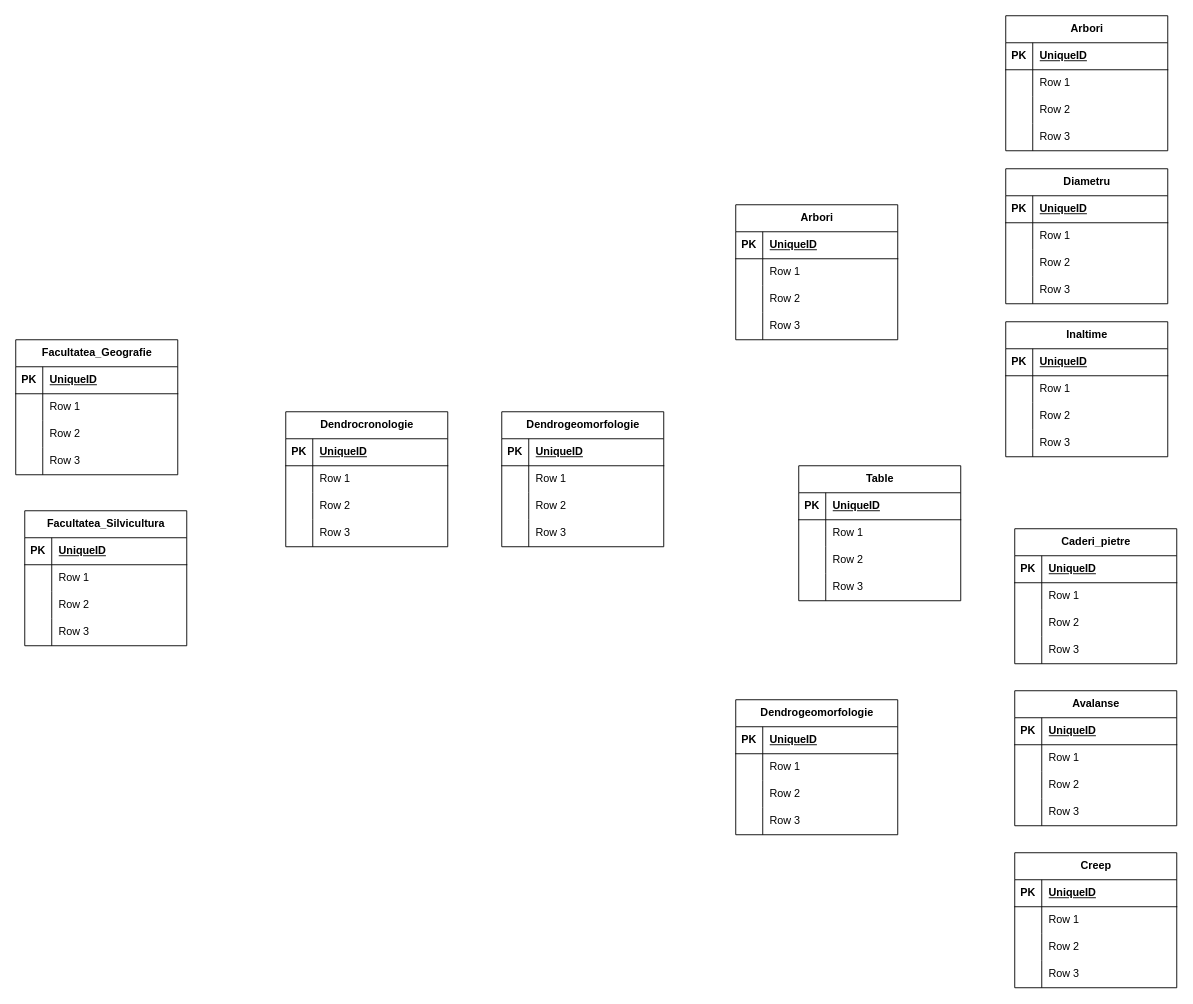
cristian19122001/examen_sem_1_db keeps this draw.io diagram as model_conceptual.drawio. Above is the earlier version. Source tidied: cells renumbered, new cells numbered last; positions are measured from the earlier drawing's top-left corner, leaving out a move shared by most shapes. Both pictures are drawn from the tidied source at 90%, with x=0, y=0 at pixel (15, 15).
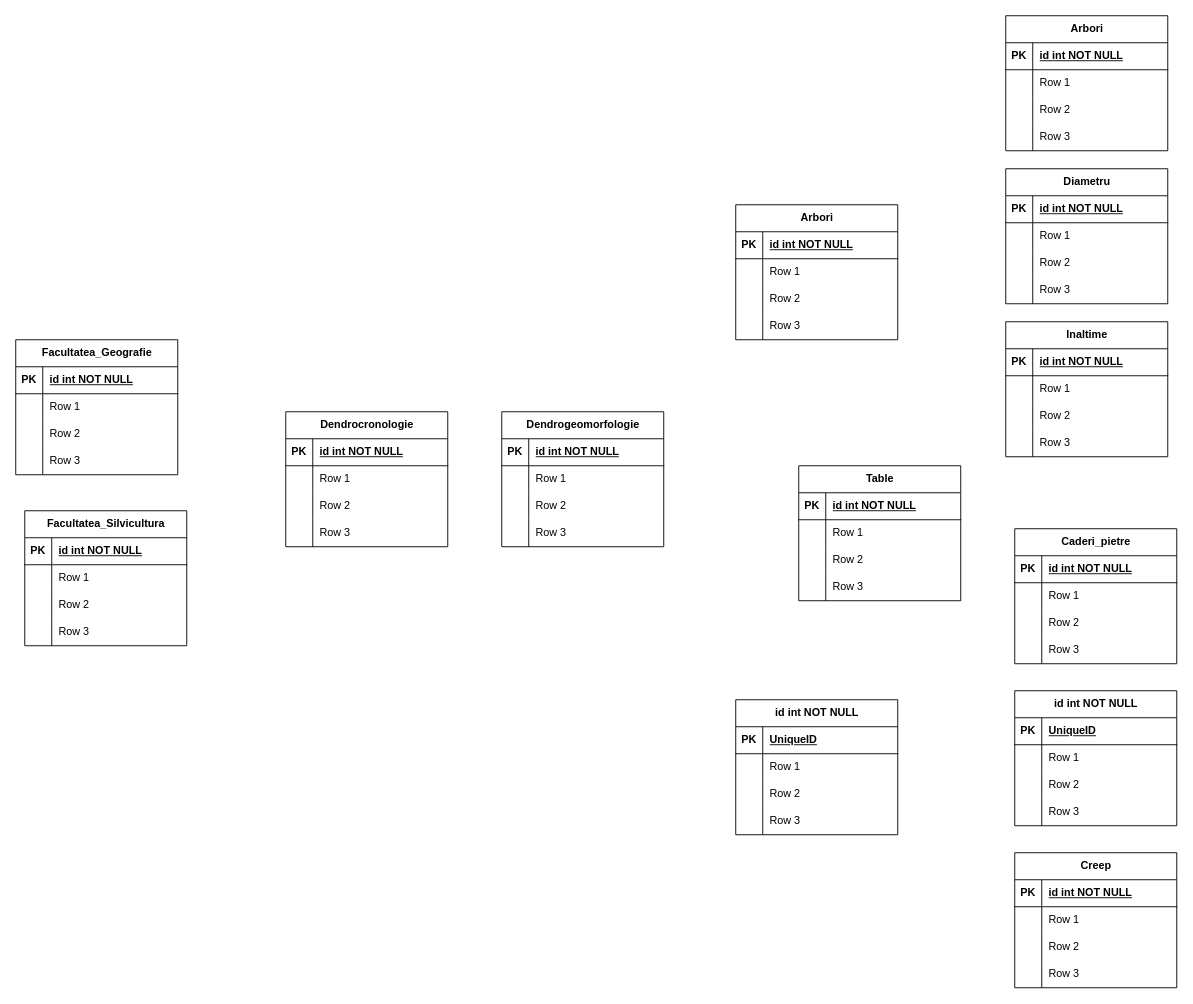
Above is the later version.

Unchanged cells that the change refers to:
```xml
<mxCell id="3" style="shape=tableRow;horizontal=0;startSize=0;swimlaneHead=0;swimlaneBody=0;fillColor=none;top=0;left=0;right=0;bottom=1;" parent="2" vertex="1">
  <mxGeometry y="30" width="180" height="30" as="geometry" />
</mxCell>
<mxCell id="16" style="shape=tableRow;horizontal=0;startSize=0;swimlaneHead=0;swimlaneBody=0;fillColor=none;top=0;left=0;right=0;bottom=1;" parent="15" vertex="1">
  <mxGeometry y="30" width="180" height="30" as="geometry" />
</mxCell>
<mxCell id="29" style="shape=tableRow;horizontal=0;startSize=0;swimlaneHead=0;swimlaneBody=0;fillColor=none;top=0;left=0;right=0;bottom=1;" parent="28" vertex="1">
  <mxGeometry y="30" width="180" height="30" as="geometry" />
</mxCell>
<mxCell id="42" style="shape=tableRow;horizontal=0;startSize=0;swimlaneHead=0;swimlaneBody=0;fillColor=none;top=0;left=0;right=0;bottom=1;" parent="41" vertex="1">
  <mxGeometry y="30" width="180" height="30" as="geometry" />
</mxCell>
<mxCell id="68" style="shape=tableRow;horizontal=0;startSize=0;swimlaneHead=0;swimlaneBody=0;fillColor=none;top=0;left=0;right=0;bottom=1;" parent="67" vertex="1">
  <mxGeometry y="30" width="180" height="30" as="geometry" />
</mxCell>
<mxCell id="81" style="shape=tableRow;horizontal=0;startSize=0;swimlaneHead=0;swimlaneBody=0;fillColor=none;top=0;left=0;right=0;bottom=1;" parent="80" vertex="1">
  <mxGeometry y="30" width="180" height="30" as="geometry" />
</mxCell>
<mxCell id="94" style="shape=tableRow;horizontal=0;startSize=0;swimlaneHead=0;swimlaneBody=0;fillColor=none;top=0;left=0;right=0;bottom=1;" parent="93" vertex="1">
  <mxGeometry y="30" width="180" height="30" as="geometry" />
</mxCell>
<mxCell id="107" style="shape=tableRow;horizontal=0;startSize=0;swimlaneHead=0;swimlaneBody=0;fillColor=none;top=0;left=0;right=0;bottom=1;" parent="106" vertex="1">
  <mxGeometry y="30" width="180" height="30" as="geometry" />
</mxCell>
<mxCell id="120" style="shape=tableRow;horizontal=0;startSize=0;swimlaneHead=0;swimlaneBody=0;fillColor=none;top=0;left=0;right=0;bottom=1;" parent="119" vertex="1">
  <mxGeometry y="30" width="180" height="30" as="geometry" />
</mxCell>
<mxCell id="146" style="shape=tableRow;horizontal=0;startSize=0;swimlaneHead=0;swimlaneBody=0;fillColor=none;top=0;left=0;right=0;bottom=1;" parent="145" vertex="1">
  <mxGeometry y="30" width="180" height="30" as="geometry" />
</mxCell>
<mxCell id="159" style="shape=tableRow;horizontal=0;startSize=0;swimlaneHead=0;swimlaneBody=0;fillColor=none;top=0;left=0;right=0;bottom=1;" parent="158" vertex="1">
  <mxGeometry y="30" width="180" height="30" as="geometry" />
</mxCell>
```

What changed in the source:
```diff
@@
-    <mxCell id="5" value="UniqueID" style="shape=partialRectangle;fillColor=none;top=0;left=0;bottom=0;right=0;align=left;spacingLeft=6;fontStyle=5;overflow=hidden;whiteSpace=wrap;html=1;" parent="3" vertex="1">
+    <mxCell id="5" value="id int NOT NULL" style="shape=partialRectangle;fillColor=none;top=0;left=0;bottom=0;right=0;align=left;spacingLeft=6;fontStyle=5;overflow=hidden;whiteSpace=wrap;html=1;" parent="3" vertex="1">
       <mxGeometry x="30" width="150" height="30" as="geometry" />
     </mxCell>
@@
-    <mxCell id="18" value="UniqueID" style="shape=partialRectangle;fillColor=none;top=0;left=0;bottom=0;right=0;align=left;spacingLeft=6;fontStyle=5;overflow=hidden;whiteSpace=wrap;html=1;" parent="16" vertex="1">
+    <mxCell id="18" value="id int NOT NULL" style="shape=partialRectangle;fillColor=none;top=0;left=0;bottom=0;right=0;align=left;spacingLeft=6;fontStyle=5;overflow=hidden;whiteSpace=wrap;html=1;" parent="16" vertex="1">
       <mxGeometry x="30" width="150" height="30" as="geometry" />
     </mxCell>
@@
-    <mxCell id="31" value="UniqueID" style="shape=partialRectangle;fillColor=none;top=0;left=0;bottom=0;right=0;align=left;spacingLeft=6;fontStyle=5;overflow=hidden;whiteSpace=wrap;html=1;" parent="29" vertex="1">
+    <mxCell id="31" value="id int NOT NULL" style="shape=partialRectangle;fillColor=none;top=0;left=0;bottom=0;right=0;align=left;spacingLeft=6;fontStyle=5;overflow=hidden;whiteSpace=wrap;html=1;" parent="29" vertex="1">
       <mxGeometry x="30" width="150" height="30" as="geometry" />
     </mxCell>
@@
-    <mxCell id="44" value="UniqueID" style="shape=partialRectangle;fillColor=none;top=0;left=0;bottom=0;right=0;align=left;spacingLeft=6;fontStyle=5;overflow=hidden;whiteSpace=wrap;html=1;" parent="42" vertex="1">
+    <mxCell id="44" value="id int NOT NULL" style="shape=partialRectangle;fillColor=none;top=0;left=0;bottom=0;right=0;align=left;spacingLeft=6;fontStyle=5;overflow=hidden;whiteSpace=wrap;html=1;" parent="42" vertex="1">
       <mxGeometry x="30" width="150" height="30" as="geometry" />
     </mxCell>
@@
-    <mxCell id="54" value="Dendrogeomorfologie" style="shape=table;startSize=30;childLayout=tableLayout;rowLines=0;fontStyle=1;align=center;html=1;" parent="1" vertex="1">
+    <mxCell id="54" value="id int NOT NULL" style="shape=table;startSize=30;childLayout=tableLayout;rowLines=0;fontStyle=1;align=center;html=1;" parent="1" vertex="1">
       <mxGeometry x="800" y="760" width="180" height="150" as="geometry" />
     </mxCell>
@@
-    <mxCell id="70" value="UniqueID" style="shape=partialRectangle;fillColor=none;top=0;left=0;bottom=0;right=0;align=left;spacingLeft=6;fontStyle=5;overflow=hidden;whiteSpace=wrap;html=1;" parent="68" vertex="1">
+    <mxCell id="70" value="id int NOT NULL" style="shape=partialRectangle;fillColor=none;top=0;left=0;bottom=0;right=0;align=left;spacingLeft=6;fontStyle=5;overflow=hidden;whiteSpace=wrap;html=1;" parent="68" vertex="1">
       <mxGeometry x="30" width="150" height="30" as="geometry" />
     </mxCell>
@@
-    <mxCell id="83" value="UniqueID" style="shape=partialRectangle;fillColor=none;top=0;left=0;bottom=0;right=0;align=left;spacingLeft=6;fontStyle=5;overflow=hidden;whiteSpace=wrap;html=1;" parent="81" vertex="1">
+    <mxCell id="83" value="id int NOT NULL" style="shape=partialRectangle;fillColor=none;top=0;left=0;bottom=0;right=0;align=left;spacingLeft=6;fontStyle=5;overflow=hidden;whiteSpace=wrap;html=1;" parent="81" vertex="1">
       <mxGeometry x="30" width="150" height="30" as="geometry" />
     </mxCell>
@@
-    <mxCell id="96" value="UniqueID" style="shape=partialRectangle;fillColor=none;top=0;left=0;bottom=0;right=0;align=left;spacingLeft=6;fontStyle=5;overflow=hidden;whiteSpace=wrap;html=1;" parent="94" vertex="1">
+    <mxCell id="96" value="id int NOT NULL" style="shape=partialRectangle;fillColor=none;top=0;left=0;bottom=0;right=0;align=left;spacingLeft=6;fontStyle=5;overflow=hidden;whiteSpace=wrap;html=1;" parent="94" vertex="1">
       <mxGeometry x="30" width="150" height="30" as="geometry" />
     </mxCell>
@@
-    <mxCell id="109" value="UniqueID" style="shape=partialRectangle;fillColor=none;top=0;left=0;bottom=0;right=0;align=left;spacingLeft=6;fontStyle=5;overflow=hidden;whiteSpace=wrap;html=1;" parent="107" vertex="1">
+    <mxCell id="109" value="id int NOT NULL" style="shape=partialRectangle;fillColor=none;top=0;left=0;bottom=0;right=0;align=left;spacingLeft=6;fontStyle=5;overflow=hidden;whiteSpace=wrap;html=1;" parent="107" vertex="1">
       <mxGeometry x="30" width="150" height="30" as="geometry" />
     </mxCell>
@@
-    <mxCell id="122" value="UniqueID" style="shape=partialRectangle;fillColor=none;top=0;left=0;bottom=0;right=0;align=left;spacingLeft=6;fontStyle=5;overflow=hidden;whiteSpace=wrap;html=1;" parent="120" vertex="1">
+    <mxCell id="122" value="id int NOT NULL" style="shape=partialRectangle;fillColor=none;top=0;left=0;bottom=0;right=0;align=left;spacingLeft=6;fontStyle=5;overflow=hidden;whiteSpace=wrap;html=1;" parent="120" vertex="1">
       <mxGeometry x="30" width="150" height="30" as="geometry" />
     </mxCell>
@@
-    <mxCell id="132" value="Avalanse" style="shape=table;startSize=30;childLayout=tableLayout;rowLines=0;fontStyle=1;align=center;html=1;" parent="1" vertex="1">
+    <mxCell id="132" value="id int NOT NULL" style="shape=table;startSize=30;childLayout=tableLayout;rowLines=0;fontStyle=1;align=center;html=1;" parent="1" vertex="1">
       <mxGeometry x="1110" y="750" width="180" height="150" as="geometry" />
     </mxCell>
@@
-    <mxCell id="148" value="UniqueID" style="shape=partialRectangle;fillColor=none;top=0;left=0;bottom=0;right=0;align=left;spacingLeft=6;fontStyle=5;overflow=hidden;whiteSpace=wrap;html=1;" parent="146" vertex="1">
+    <mxCell id="148" value="id int NOT NULL" style="shape=partialRectangle;fillColor=none;top=0;left=0;bottom=0;right=0;align=left;spacingLeft=6;fontStyle=5;overflow=hidden;whiteSpace=wrap;html=1;" parent="146" vertex="1">
       <mxGeometry x="30" width="150" height="30" as="geometry" />
     </mxCell>
@@
-    <mxCell id="161" value="UniqueID" style="shape=partialRectangle;fillColor=none;top=0;left=0;bottom=0;right=0;align=left;spacingLeft=6;fontStyle=5;overflow=hidden;whiteSpace=wrap;html=1;" parent="159" vertex="1">
+    <mxCell id="161" value="id int NOT NULL" style="shape=partialRectangle;fillColor=none;top=0;left=0;bottom=0;right=0;align=left;spacingLeft=6;fontStyle=5;overflow=hidden;whiteSpace=wrap;html=1;" parent="159" vertex="1">
       <mxGeometry x="30" width="150" height="30" as="geometry" />
     </mxCell>
```
